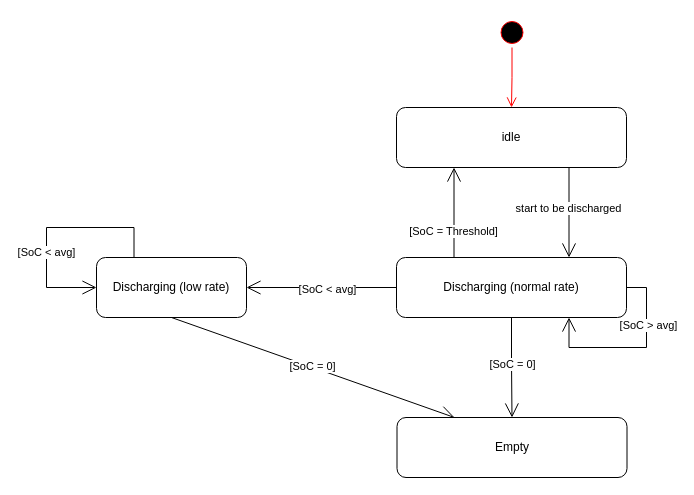
Before: dishcharging-v1.drawio in Mohammad-Si/convide-A02-MVE, a draw.io diagram. Source tidied: cells renumbered, new cells numbered last; positions are measured from the earlier drawing's top-left corner, leaving out a move shared by most shapes. Both pictures are drawn from the tidied source at 100%, with x=0, y=0 at pixel (46, 17).
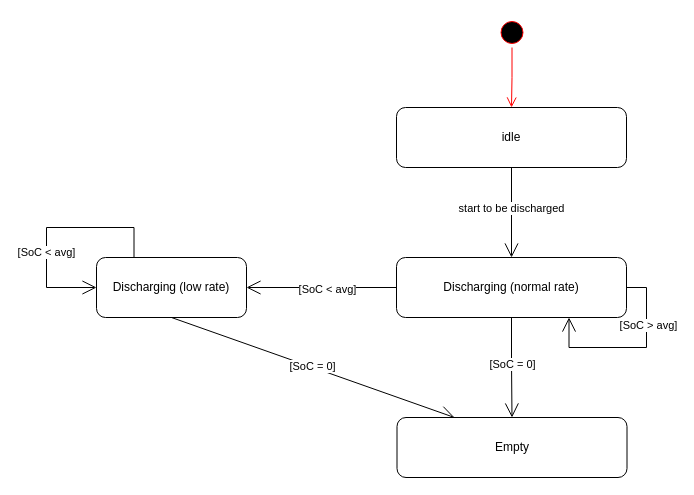
The same diagram, later.

Unchanged cells that the change refers to:
```xml
<mxCell id="4" value="idle" style="rounded=1;whiteSpace=wrap;html=1;" parent="1" vertex="1">
  <mxGeometry x="350" y="90" width="230" height="60" as="geometry" />
</mxCell>
<mxCell id="7" value="Discharging (normal rate)" style="rounded=1;whiteSpace=wrap;html=1;" parent="1" vertex="1">
  <mxGeometry x="350" y="240" width="230" height="60" as="geometry" />
</mxCell>
```

Change to the diagram source:
```diff
@@
-    <mxCell id="8" style="endArrow=open;endFill=1;endSize=12;html=1;rounded=0;entryX=0.75;entryY=0;entryDx=0;entryDy=0;exitX=0.75;exitY=1;exitDx=0;exitDy=0;" parent="1" edge="1" source="4" target="7">
+    <mxCell id="8" style="endArrow=open;endFill=1;endSize=12;html=1;rounded=0;entryX=0.5;entryY=0;entryDx=0;entryDy=0;exitX=0.5;exitY=1;exitDx=0;exitDy=0;" parent="1" edge="1" source="4" target="7">
       <mxGeometry relative="1" as="geometry" />
     </mxCell>
@@
-    <mxCell id="10" style="endArrow=open;endFill=1;endSize=12;html=1;rounded=0;entryX=0.25;entryY=1;entryDx=0;entryDy=0;exitX=0.25;exitY=0;exitDx=0;exitDy=0;" parent="1" edge="1" source="7" target="4">
-      <mxGeometry relative="1" as="geometry" />
-    </mxCell>
-    <mxCell id="11" value="[SoC = Threshold]" style="edgeLabel;html=1;align=center;verticalAlign=middle;" parent="10" vertex="1">
-      <mxGeometry x="-0.4" y="1" relative="1" as="geometry" />
-    </mxCell>
```
